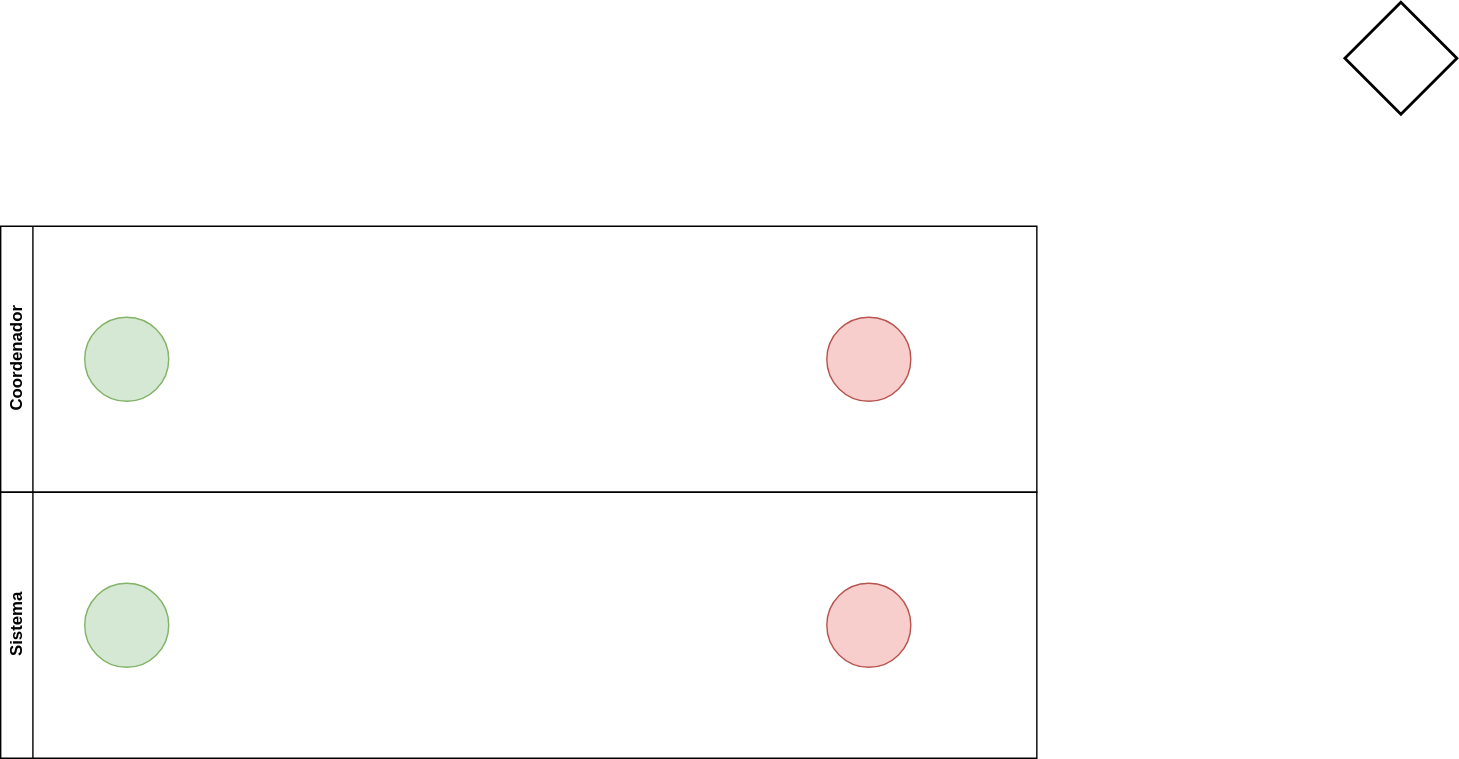
The draw.io diagram ToBeStatus.drawio.svg in JesCat16/Automacao_IC_GestaoDeProjeto, before a commit. Source tidied: cells renumbered, new cells last; positions are measured from the earlier drawing's top-left corner, leaving out a move shared by most shapes.
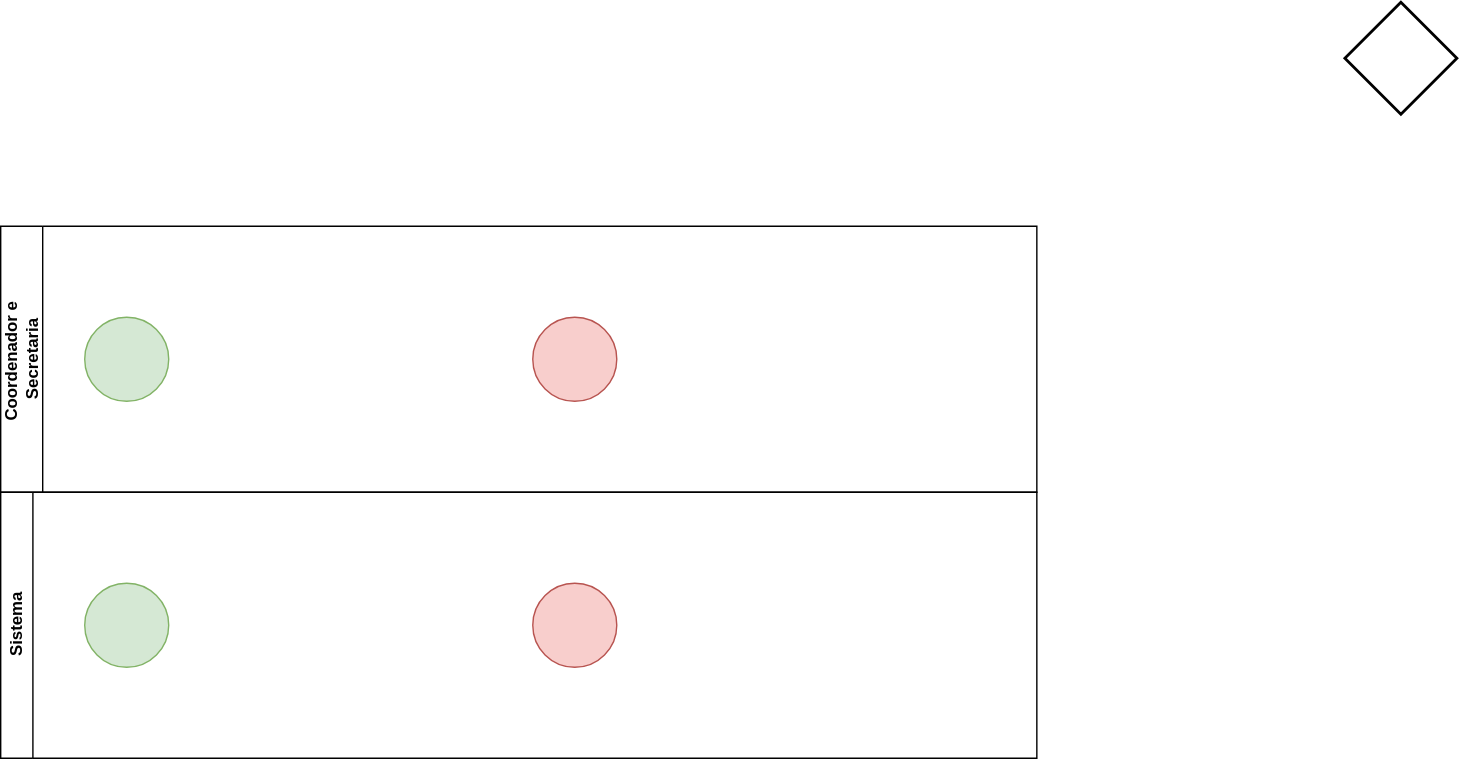
After the change.

Change to the diagram source:
```diff
@@ -2,14 +2,14 @@
   <root>
     <mxCell id="0" />
     <mxCell id="1" parent="0" />
-    <mxCell id="2" value="Coordenador" style="swimlane;horizontal=0;whiteSpace=wrap;html=1;" parent="1" vertex="1">
+    <mxCell id="2" value="Coordenador e&amp;nbsp;&lt;div&gt;Secretaria&lt;/div&gt;" style="swimlane;horizontal=0;whiteSpace=wrap;html=1;startSize=30;" parent="1" vertex="1">
       <mxGeometry y="160" width="740" height="190" as="geometry" />
     </mxCell>
     <mxCell id="3" style="ellipse;whiteSpace=wrap;html=1;fillColor=#d5e8d4;strokeColor=#82b366;" parent="2" vertex="1">
       <mxGeometry x="60" y="65" width="60" height="60" as="geometry" />
     </mxCell>
     <mxCell id="4" style="ellipse;whiteSpace=wrap;html=1;fillColor=#f8cecc;strokeColor=#b85450;" parent="2" vertex="1">
-      <mxGeometry x="590" y="65" width="60" height="60" as="geometry" />
+      <mxGeometry x="380" y="65" width="60" height="60" as="geometry" />
     </mxCell>
     <mxCell id="5" value="Sistema" style="swimlane;horizontal=0;whiteSpace=wrap;html=1;" parent="1" vertex="1">
       <mxGeometry y="350" width="740" height="190" as="geometry" />
@@ -18,7 +18,7 @@
       <mxGeometry x="60" y="65" width="60" height="60" as="geometry" />
     </mxCell>
     <mxCell id="7" style="ellipse;whiteSpace=wrap;html=1;fillColor=#f8cecc;strokeColor=#b85450;" parent="5" vertex="1">
-      <mxGeometry x="590" y="65" width="60" height="60" as="geometry" />
+      <mxGeometry x="380" y="65" width="60" height="60" as="geometry" />
     </mxCell>
     <mxCell id="8" style="strokeWidth=2;html=1;shape=mxgraph.flowchart.decision;whiteSpace=wrap;" parent="1" vertex="1">
       <mxGeometry x="960" width="80" height="80" as="geometry" />
```
